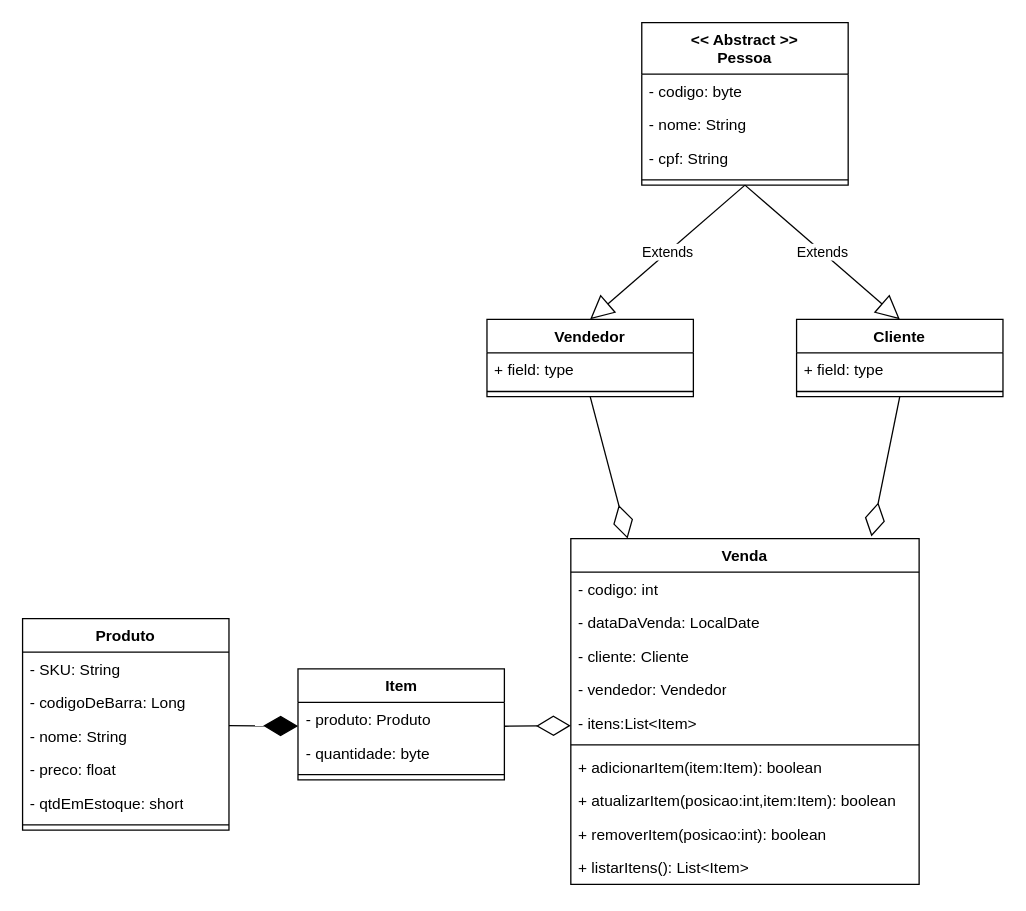
The draw.io diagram loja_classdiagram.drawio in laurasultan/java, before the edit. Source tidied: cells renumbered, new cells numbered last; positions are measured from the earlier drawing's top-left corner, leaving out a move shared by most shapes. Both pictures are drawn from the tidied source at 129%, with x=0, y=0 at pixel (22, 22).
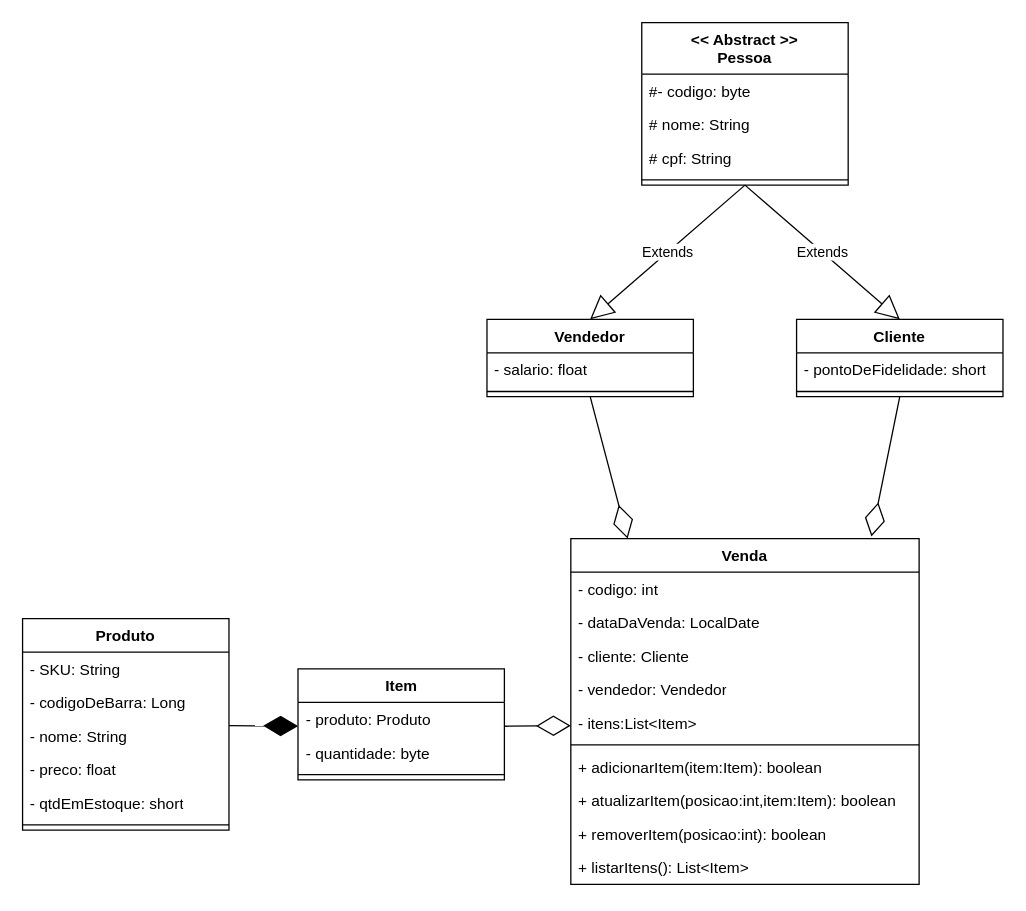
After the change.

The change refers to these unchanged cells:
```xml
<mxCell id="20" value="&lt;div&gt;&amp;lt;&amp;lt; Abstract &amp;gt;&amp;gt;&lt;br&gt;&lt;/div&gt;&lt;div&gt;Pessoa&lt;/div&gt;" style="swimlane;fontStyle=1;align=center;verticalAlign=top;horizontal=1;startSize=40;whiteSpace=wrap;html=1;" parent="1" vertex="1">
  <mxGeometry x="480" width="160" height="126" as="geometry" />
</mxCell>
<mxCell id="25" value="Vendedor" style="swimlane;fontStyle=1;align=center;verticalAlign=top;horizontal=1;startSize=26;whiteSpace=wrap;html=1;" parent="1" vertex="1">
  <mxGeometry x="360" y="230" width="160" height="60" as="geometry" />
</mxCell>
<mxCell id="28" value="Cliente" style="swimlane;fontStyle=1;align=center;verticalAlign=top;horizontal=1;startSize=26;whiteSpace=wrap;html=1;" parent="1" vertex="1">
  <mxGeometry x="600" y="230" width="160" height="60" as="geometry" />
</mxCell>
```

What changed in the source:
```diff
@@
-    <mxCell id="21" value="- codigo: byte" style="text;strokeColor=none;fillColor=none;align=left;verticalAlign=top;spacingLeft=4;spacingRight=4;overflow=hidden;whiteSpace=wrap;html=1;" parent="20" vertex="1">
+    <mxCell id="21" value="#- codigo: byte" style="text;strokeColor=none;fillColor=none;align=left;verticalAlign=top;spacingLeft=4;spacingRight=4;overflow=hidden;whiteSpace=wrap;html=1;" parent="20" vertex="1">
       <mxGeometry y="40" width="160" height="26" as="geometry" />
     </mxCell>
-    <mxCell id="22" value="- nome: String" style="text;strokeColor=none;fillColor=none;align=left;verticalAlign=top;spacingLeft=4;spacingRight=4;overflow=hidden;whiteSpace=wrap;html=1;" parent="20" vertex="1">
+    <mxCell id="22" value="# nome: String" style="text;strokeColor=none;fillColor=none;align=left;verticalAlign=top;spacingLeft=4;spacingRight=4;overflow=hidden;whiteSpace=wrap;html=1;" parent="20" vertex="1">
       <mxGeometry y="66" width="160" height="26" as="geometry" />
     </mxCell>
-    <mxCell id="23" value="- cpf: String" style="text;strokeColor=none;fillColor=none;align=left;verticalAlign=top;spacingLeft=4;spacingRight=4;overflow=hidden;whiteSpace=wrap;html=1;" parent="20" vertex="1">
+    <mxCell id="23" value="# cpf: String" style="text;strokeColor=none;fillColor=none;align=left;verticalAlign=top;spacingLeft=4;spacingRight=4;overflow=hidden;whiteSpace=wrap;html=1;" parent="20" vertex="1">
       <mxGeometry y="92" width="160" height="26" as="geometry" />
     </mxCell>
@@
-    <mxCell id="26" value="+ field: type" style="text;strokeColor=none;fillColor=none;align=left;verticalAlign=top;spacingLeft=4;spacingRight=4;overflow=hidden;whiteSpace=wrap;html=1;" parent="25" vertex="1">
+    <mxCell id="26" value="- salario: float" style="text;strokeColor=none;fillColor=none;align=left;verticalAlign=top;spacingLeft=4;spacingRight=4;overflow=hidden;whiteSpace=wrap;html=1;" parent="25" vertex="1">
       <mxGeometry y="26" width="160" height="26" as="geometry" />
     </mxCell>
@@
-    <mxCell id="29" value="+ field: type" style="text;strokeColor=none;fillColor=none;align=left;verticalAlign=top;spacingLeft=4;spacingRight=4;overflow=hidden;whiteSpace=wrap;html=1;" parent="28" vertex="1">
+    <mxCell id="29" value="- pontoDeFidelidade: short" style="text;strokeColor=none;fillColor=none;align=left;verticalAlign=top;spacingLeft=4;spacingRight=4;overflow=hidden;whiteSpace=wrap;html=1;" parent="28" vertex="1">
       <mxGeometry y="26" width="160" height="26" as="geometry" />
     </mxCell>
```
